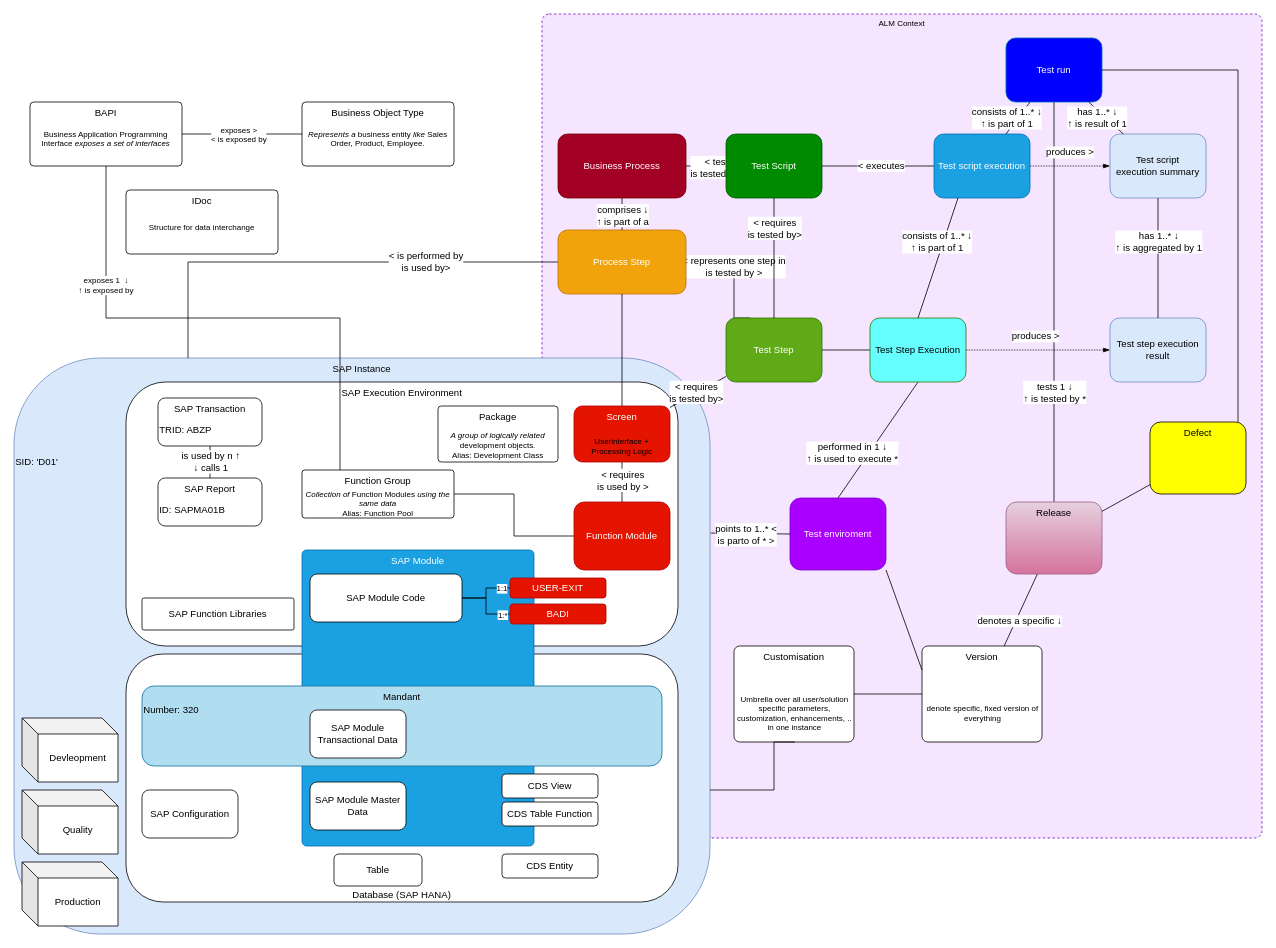
Earlier version of the draw.io diagram SAP-Information-Model.drawio (sp-christian/sap-information-model). Source tidied: cells renumbered, new cells numbered last; positions are measured from the earlier drawing's top-left corner, leaving out a move shared by most shapes. Both pictures are drawn from the tidied source at 80%, with x=0, y=0 at pixel (14, 14).
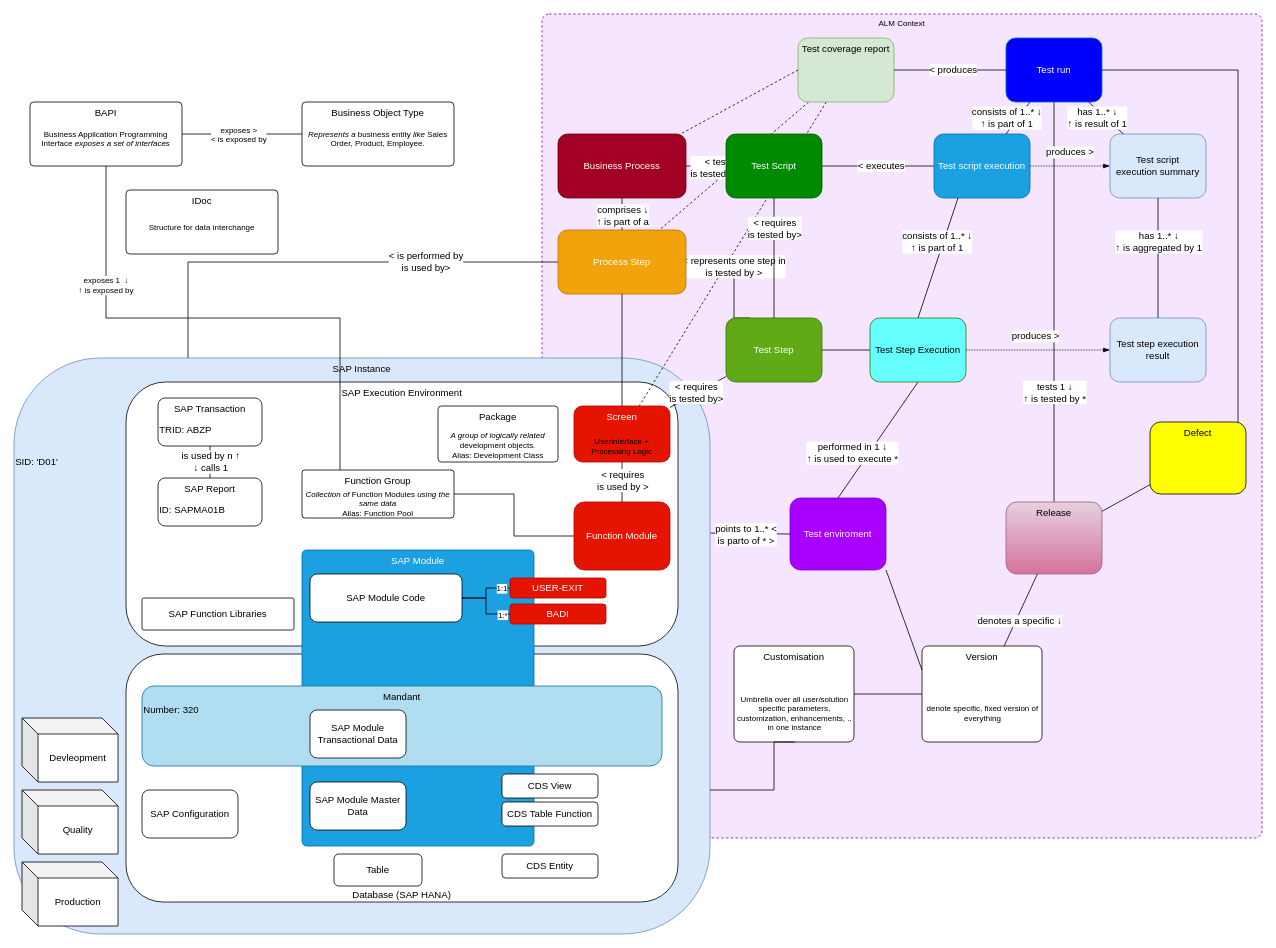
Above is the later version.

Commit message:
+ Test coverage report

Unchanged cells that the change refers to:
```xml
<mxCell id="17" value="Business Process" style="rounded=1;whiteSpace=wrap;html=1;fillColor=#a20025;strokeColor=#6F0000;fontColor=#ffffff;" parent="1" vertex="1">
  <mxGeometry x="680" y="150" width="160" height="80" as="geometry" />
</mxCell>
<mxCell id="23" value="Process Step" style="rounded=1;whiteSpace=wrap;html=1;fillColor=#f0a30a;strokeColor=#BD7000;fontColor=#ffffff;" parent="1" vertex="1">
  <mxGeometry x="680" y="270" width="160" height="80" as="geometry" />
</mxCell>
<mxCell id="91" value="Screen" style="rounded=1;whiteSpace=wrap;html=1;fillColor=#e51400;strokeColor=#B20000;fontColor=#ffffff;verticalAlign=top;" parent="90" vertex="1">
  <mxGeometry width="120" height="70" as="geometry" />
</mxCell>
<mxCell id="102" value="Test run" style="rounded=1;whiteSpace=wrap;html=1;fillColor=#0000FF;strokeColor=#006EAF;fontColor=#ffffff;" parent="1" vertex="1">
  <mxGeometry x="1240" y="30" width="120" height="80" as="geometry" />
</mxCell>
```

Change to the diagram source:
```diff
@@
+    <mxCell id="5" value="SAP Execution Environment" style="rounded=1;whiteSpace=wrap;html=1;verticalAlign=top;" parent="1" vertex="1">
+      <mxGeometry x="140" y="460" width="690" height="330" as="geometry" />
+    </mxCell>
+    <mxCell id="118" style="endArrow=none;dashed=1;html=1;fontStyle=1;" parent="1" edge="1" source="120" target="91">
+      <mxGeometry relative="1" as="geometry" />
+    </mxCell>
+    <mxCell id="119" style="endArrow=none;dashed=1;html=1;" parent="1" edge="1" source="120" target="23">
+      <mxGeometry relative="1" as="geometry" />
+    </mxCell>
@@
-    <mxCell id="5" value="SAP Execution Environment" style="rounded=1;whiteSpace=wrap;html=1;verticalAlign=top;" parent="1" vertex="1">
-      <mxGeometry x="140" y="460" width="690" height="330" as="geometry" />
-    </mxCell>
@@
+    <mxCell id="120" value="Test coverage report" style="rounded=1;whiteSpace=wrap;html=1;fillColor=#d5e8d4;strokeColor=#82b366;horizontal=1;verticalAlign=top;" parent="1" vertex="1">
+      <mxGeometry x="980" y="30" width="120" height="80" as="geometry" />
+    </mxCell>
+    <mxCell id="121" style="edgeStyle=orthogonalEdgeStyle;rounded=0;comic=0;jettySize=auto;html=1;endArrow=none;endFill=0;" parent="1" edge="1" source="102" target="120">
+      <mxGeometry relative="1" as="geometry" />
+    </mxCell>
+    <mxCell id="122" value="&amp;lt; produces" style="text;html=1;align=center;verticalAlign=middle;labelBackgroundColor=#ffffff;" parent="121" vertex="1">
+      <mxGeometry x="-0.04" y="-1" relative="1" as="geometry" />
+    </mxCell>
+    <mxCell id="123" style="endArrow=none;dashed=1;html=1;exitX=0;exitY=0.5;exitDx=0;exitDy=0;" parent="1" edge="1" source="120" target="17">
+      <mxGeometry relative="1" as="geometry" />
+    </mxCell>
```
